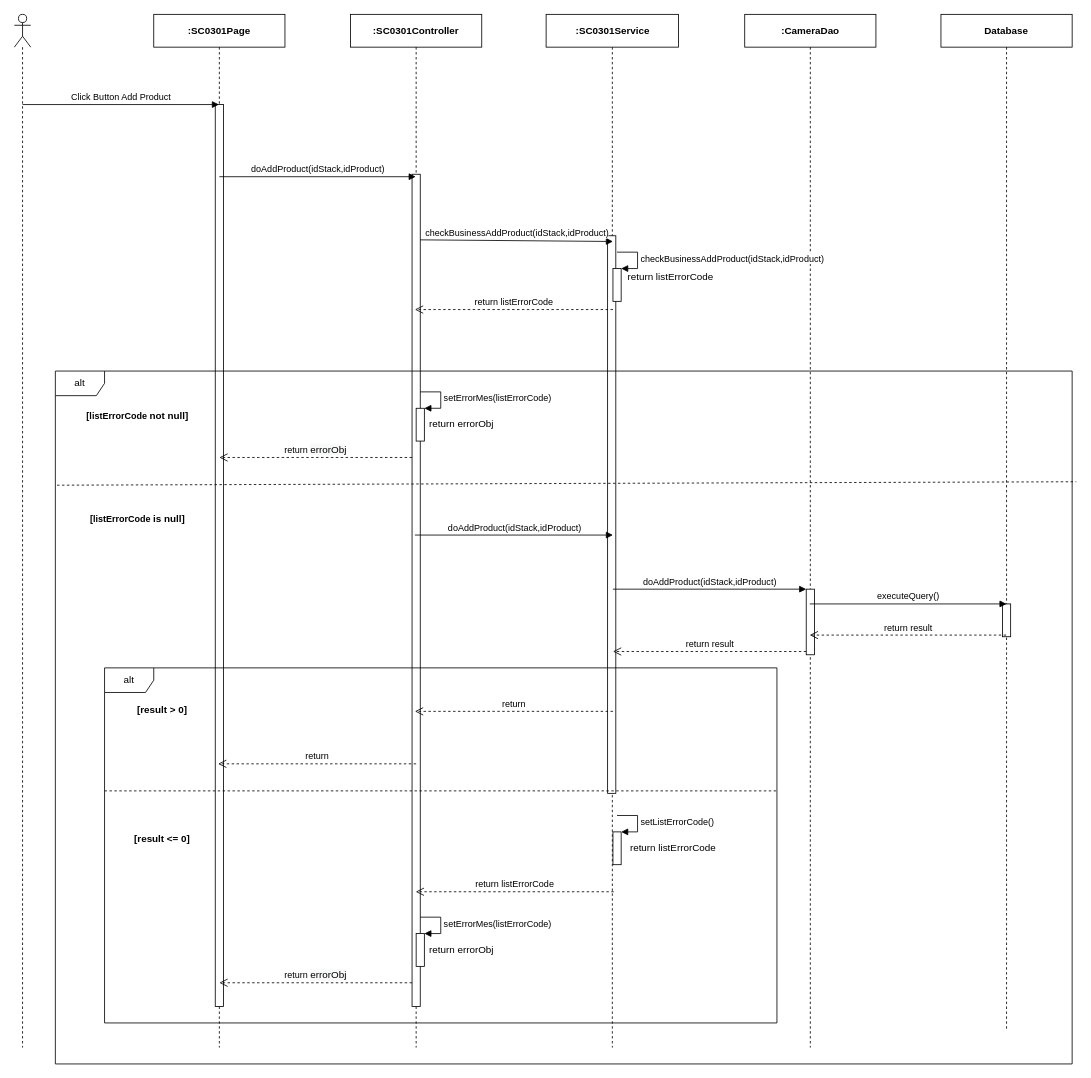
This is page "Ev06" (6 of 10) of 2. Approved/SEQ Diagram/sc03/SC0301_StackDetail.drawio from luannmdev/CapstoneDocument, a draw.io file, before an edit. Source tidied: cells renumbered, new cells numbered last; positions are measured from the earlier drawing's top-left corner, leaving out a move shared by most shapes. Both pictures are drawn from the tidied source at 82%, with x=0, y=0 at pixel (14, 14).
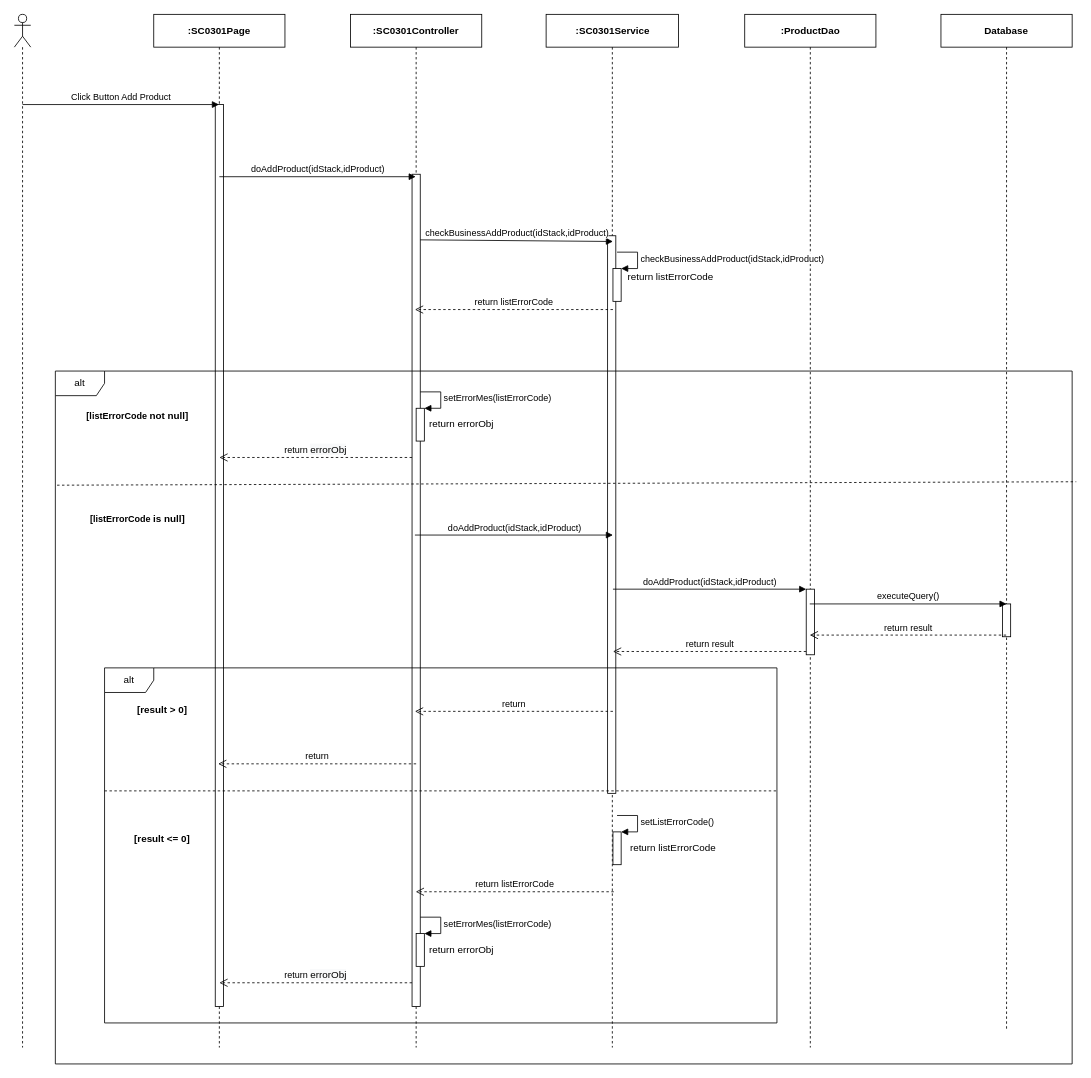
Above is the later version.

Change to the diagram source:
```diff
@@
-    <mxCell id="5" value="&lt;b&gt;:CameraDao&lt;/b&gt;" style="shape=umlLifeline;perimeter=lifelinePerimeter;whiteSpace=wrap;html=1;" parent="1" vertex="1">
+    <mxCell id="5" value="&lt;b&gt;:ProductDao&lt;/b&gt;" style="shape=umlLifeline;perimeter=lifelinePerimeter;whiteSpace=wrap;html=1;" parent="1" vertex="1">
       <mxGeometry x="890.7" width="160" height="1260" as="geometry" />
     </mxCell>
```
